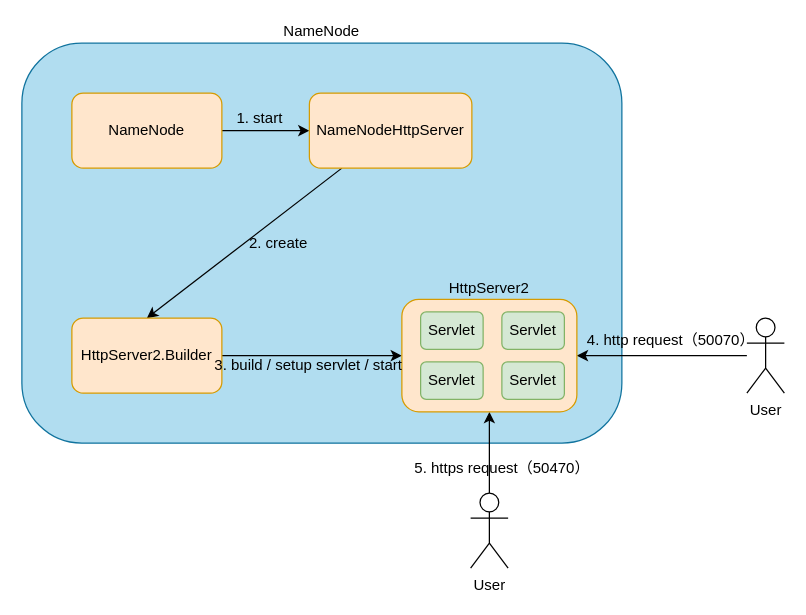
The draw.io diagram develop-stack/bigdata/hadoop/hdfs/hdfs_namenode_httpserver.drawio in sciatta/draw, before the edit. Source tidied: cells renumbered, new cells numbered last; positions are measured from the earlier drawing's top-left corner, leaving out a move shared by most shapes. Both pictures are drawn from the tidied source at 125%, with x=0, y=0 at pixel (21, 42).
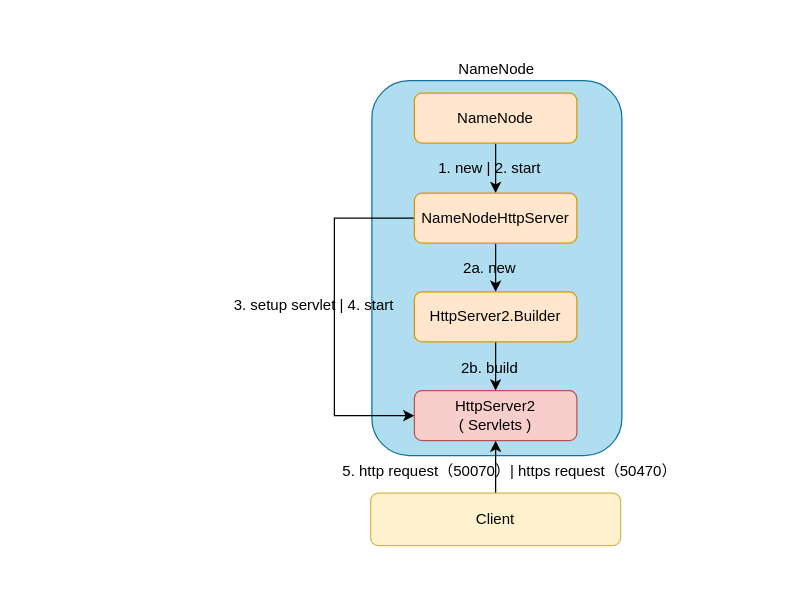
After the change.

Commit message:
review httpserver2

What changed in the source:
```diff
@@
     <mxCell id="2" value="NameNode" style="rounded=1;whiteSpace=wrap;html=1;labelPosition=center;verticalLabelPosition=top;align=center;verticalAlign=bottom;fillColor=#b1ddf0;strokeColor=#10739e;" parent="1" vertex="1">
-      <mxGeometry width="480" height="320" as="geometry" />
+      <mxGeometry x="280" y="30" width="200" height="300" as="geometry" />
     </mxCell>
-    <mxCell id="3" style="edgeStyle=orthogonalEdgeStyle;rounded=0;jettySize=auto;html=1;entryX=0;entryY=0.5;entryDx=0;entryDy=0;" parent="1" edge="1" source="4">
-      <mxGeometry relative="1" as="geometry">
-        <mxPoint x="230" y="70" as="targetPoint" />
-      </mxGeometry>
-    </mxCell>
+    <mxCell id="24" style="edgeStyle=orthogonalEdgeStyle;rounded=0;jettySize=auto;html=1;" parent="1" edge="1" source="4" target="7">
+      <mxGeometry relative="1" as="geometry" />
+    </mxCell>
-    <mxCell id="4" value="NameNode" style="rounded=1;whiteSpace=wrap;html=1;fillColor=#ffe6cc;strokeColor=#d79b00;" parent="1" vertex="1">
-      <mxGeometry x="40" y="40" width="120" height="60" as="geometry" />
+    <mxCell id="4" value="NameNode" style="rounded=1;whiteSpace=wrap;html=1;fillColor=#ffe6cc;strokeColor=#d79b00;verticalAlign=middle;glass=0;shadow=0;comic=0;" parent="1" vertex="1">
+      <mxGeometry x="314" y="40" width="130" height="40" as="geometry" />
     </mxCell>
-    <mxCell id="5" value="1. start" style="text;html=1;align=center;verticalAlign=middle;" parent="1" vertex="1">
-      <mxGeometry x="165" y="50" width="50" height="20" as="geometry" />
+    <mxCell id="5" value="1. new | 2. start" style="text;html=1;align=center;verticalAlign=middle;" parent="1" vertex="1">
+      <mxGeometry x="324" y="90" width="100" height="20" as="geometry" />
     </mxCell>
-    <mxCell id="6" style="rounded=0;jettySize=auto;html=1;entryX=0.5;entryY=0;entryDx=0;entryDy=0;" parent="1" edge="1" source="7" target="9">
+    <mxCell id="6" style="edgeStyle=orthogonalEdgeStyle;rounded=0;jettySize=auto;html=1;" parent="1" edge="1" source="7" target="9">
       <mxGeometry relative="1" as="geometry" />
     </mxCell>
+    <mxCell id="25" style="edgeStyle=orthogonalEdgeStyle;rounded=0;jettySize=auto;html=1;entryX=0;entryY=0.5;entryDx=0;entryDy=0;" parent="1" edge="1" source="7" target="18">
+      <mxGeometry relative="1" as="geometry">
+        <Array as="points">
+          <mxPoint x="250" y="140" />
+          <mxPoint x="250" y="298" />
+        </Array>
+      </mxGeometry>
+    </mxCell>
-    <mxCell id="7" value="NameNodeHttpServer" style="rounded=1;whiteSpace=wrap;html=1;fillColor=#ffe6cc;strokeColor=#d79b00;" parent="1" vertex="1">
-      <mxGeometry x="230" y="40" width="130" height="60" as="geometry" />
+    <mxCell id="7" value="NameNodeHttpServer" style="rounded=1;whiteSpace=wrap;html=1;fillColor=#ffe6cc;strokeColor=#d79b00;verticalAlign=middle;glass=0;shadow=0;comic=0;" parent="1" vertex="1">
+      <mxGeometry x="314" y="120" width="130" height="40" as="geometry" />
     </mxCell>
-    <mxCell id="8" style="edgeStyle=orthogonalEdgeStyle;rounded=0;jettySize=auto;html=1;entryX=0;entryY=0.5;entryDx=0;entryDy=0;" parent="1" edge="1" source="9" target="18">
+    <mxCell id="8" style="edgeStyle=orthogonalEdgeStyle;rounded=0;jettySize=auto;html=1;entryX=0.5;entryY=0;entryDx=0;entryDy=0;" parent="1" edge="1" source="9" target="18">
       <mxGeometry relative="1" as="geometry" />
     </mxCell>
-    <mxCell id="9" value="HttpServer2.Builder" style="rounded=1;whiteSpace=wrap;html=1;fillColor=#ffe6cc;strokeColor=#d79b00;" parent="1" vertex="1">
-      <mxGeometry x="40" y="220" width="120" height="60" as="geometry" />
+    <mxCell id="9" value="HttpServer2.Builder" style="rounded=1;whiteSpace=wrap;html=1;fillColor=#ffe6cc;strokeColor=#d79b00;verticalAlign=middle;glass=0;shadow=0;comic=0;" parent="1" vertex="1">
+      <mxGeometry x="314" y="199" width="130" height="40" as="geometry" />
     </mxCell>
-    <mxCell id="10" value="2. create" style="text;html=1;align=center;verticalAlign=middle;" parent="1" vertex="1">
-      <mxGeometry x="175" y="150" width="60" height="20" as="geometry" />
-    </mxCell>
-    <mxCell id="11" style="edgeStyle=orthogonalEdgeStyle;rounded=0;jettySize=auto;html=1;entryX=0.5;entryY=1;entryDx=0;entryDy=0;" parent="1" edge="1" source="12" target="18">
-      <mxGeometry relative="1" as="geometry" />
-    </mxCell>
-    <mxCell id="12" value="User" style="shape=umlActor;verticalLabelPosition=bottom;labelBackgroundColor=#ffffff;verticalAlign=top;html=1;outlineConnect=0;rounded=1;" parent="1" vertex="1">
-      <mxGeometry x="359" y="360" width="30" height="60" as="geometry" />
-    </mxCell>
-    <mxCell id="13" value="5. https request（50470）" style="text;html=1;align=center;verticalAlign=middle;" parent="1" vertex="1">
-      <mxGeometry x="304" y="330" width="160" height="20" as="geometry" />
+    <mxCell id="13" value="5. http request（50070）| https request（50470）" style="text;html=1;align=center;verticalAlign=middle;" parent="1" vertex="1">
+      <mxGeometry x="250" y="333" width="280" height="20" as="geometry" />
     </mxCell>
-    <mxCell id="14" style="edgeStyle=orthogonalEdgeStyle;rounded=0;jettySize=auto;html=1;entryX=1;entryY=0.5;entryDx=0;entryDy=0;" parent="1" edge="1" source="15" target="18">
-      <mxGeometry relative="1" as="geometry" />
-    </mxCell>
-    <mxCell id="15" value="User" style="shape=umlActor;verticalLabelPosition=bottom;labelBackgroundColor=#ffffff;verticalAlign=top;html=1;outlineConnect=0;rounded=1;" parent="1" vertex="1">
-      <mxGeometry x="580" y="220" width="30" height="60" as="geometry" />
-    </mxCell>
-    <mxCell id="16" value="4. http request（50070）" style="text;html=1;align=center;verticalAlign=middle;" parent="1" vertex="1">
-      <mxGeometry x="444" y="228" width="150" height="20" as="geometry" />
-    </mxCell>
-    <mxCell id="17" style="group;" parent="1" vertex="1">
-      <mxGeometry x="304" y="205" width="140" height="90" as="geometry" />
-    </mxCell>
+    <mxCell id="23" value="2b. build" style="text;html=1;align=center;verticalAlign=middle;" parent="1" vertex="1">
+      <mxGeometry x="344" y="250" width="60" height="20" as="geometry" />
+    </mxCell>
+    <mxCell id="26" value="2a. new" style="text;html=1;align=center;verticalAlign=middle;" parent="1" vertex="1">
+      <mxGeometry x="344" y="170" width="60" height="20" as="geometry" />
+    </mxCell>
+    <mxCell id="27" value="3. setup servlet | 4. start&amp;nbsp;" style="text;html=1;align=center;verticalAlign=middle;" parent="1" vertex="1">
+      <mxGeometry x="160" y="200" width="150" height="20" as="geometry" />
+    </mxCell>
-    <mxCell id="18" value="HttpServer2" style="rounded=1;whiteSpace=wrap;html=1;fillColor=#ffe6cc;strokeColor=#d79b00;labelPosition=center;verticalLabelPosition=top;align=center;verticalAlign=bottom;" parent="17" vertex="1">
-      <mxGeometry width="140" height="90" as="geometry" />
+    <mxCell id="18" value="HttpServer2&lt;br&gt;( Servlets )" style="rounded=1;whiteSpace=wrap;html=1;fillColor=#f8cecc;strokeColor=#b85450;labelPosition=center;verticalLabelPosition=middle;align=center;verticalAlign=middle;glass=0;shadow=0;comic=0;" parent="1" vertex="1">
+      <mxGeometry x="314" y="278" width="130" height="40" as="geometry" />
     </mxCell>
-    <mxCell id="19" value="Servlet" style="rounded=1;whiteSpace=wrap;html=1;fillColor=#d5e8d4;strokeColor=#82b366;" parent="17" vertex="1">
-      <mxGeometry x="15" y="10" width="50" height="30" as="geometry" />
-    </mxCell>
-    <mxCell id="20" value="Servlet" style="rounded=1;whiteSpace=wrap;html=1;fillColor=#d5e8d4;strokeColor=#82b366;" parent="17" vertex="1">
-      <mxGeometry x="15" y="50" width="50" height="30" as="geometry" />
-    </mxCell>
-    <mxCell id="21" value="Servlet" style="rounded=1;whiteSpace=wrap;html=1;fillColor=#d5e8d4;strokeColor=#82b366;" parent="17" vertex="1">
-      <mxGeometry x="80" y="10" width="50" height="30" as="geometry" />
-    </mxCell>
-    <mxCell id="22" value="Servlet" style="rounded=1;whiteSpace=wrap;html=1;fillColor=#d5e8d4;strokeColor=#82b366;" parent="17" vertex="1">
-      <mxGeometry x="80" y="50" width="50" height="30" as="geometry" />
-    </mxCell>
-    <mxCell id="23" value="3. build / setup servlet / start" style="text;html=1;align=center;verticalAlign=middle;" parent="1" vertex="1">
-      <mxGeometry x="144" y="248" width="170" height="20" as="geometry" />
-    </mxCell>
+    <mxCell id="28" style="edgeStyle=orthogonalEdgeStyle;rounded=0;jettySize=auto;html=1;entryX=0.5;entryY=1;entryDx=0;entryDy=0;" parent="1" edge="1" source="29" target="18">
+      <mxGeometry relative="1" as="geometry" />
+    </mxCell>
+    <mxCell id="29" value="Client" style="rounded=1;whiteSpace=wrap;html=1;fillColor=#fff2cc;strokeColor=#d6b656;" parent="1" vertex="1">
+      <mxGeometry x="279" y="360" width="200" height="42" as="geometry" />
+    </mxCell>
```
